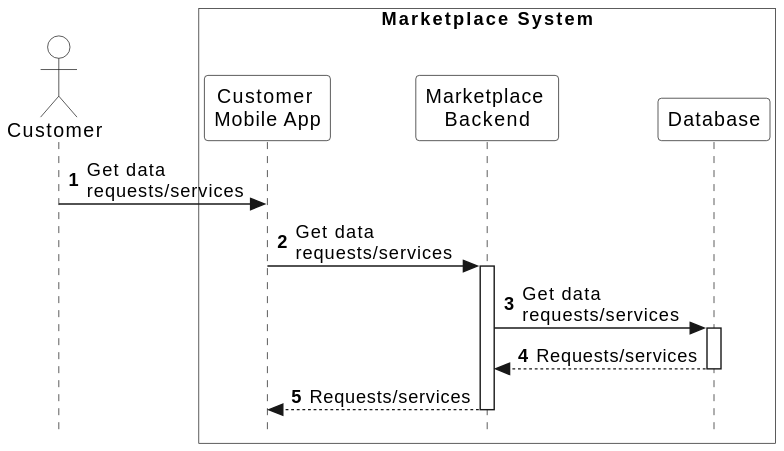
Before: arc42/marketplace/runtime-view/figures/marketplace-browse-requests.svg, a diagram exported from PlantUML (eddie-energy/architecture).
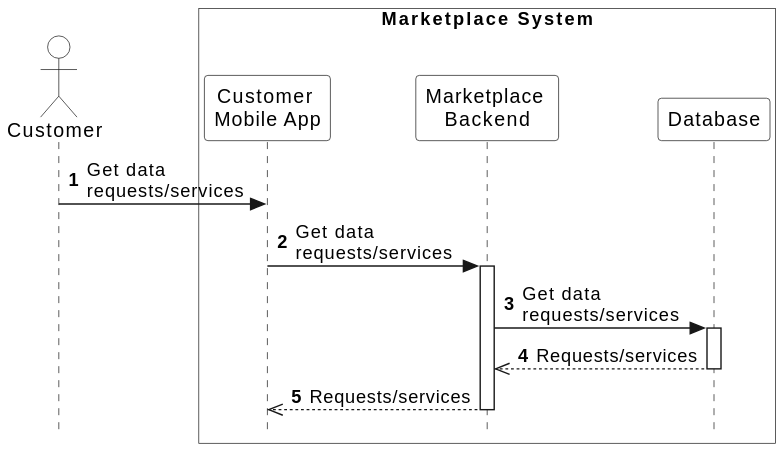
Later version of the same file.

Commit message:
update the sequence diagram notation in the marketplace

Diff of the diagram source:
```diff
@@ -20,8 +20,8 @@
 activate marketplace
 marketplace -> database : Get data \nrequests/services
 activate database
-database --> marketplace : Requests/services
+database -->> marketplace : Requests/services
 deactivate database
-marketplace --> app : Requests/services
+marketplace -->> app : Requests/services
 deactivate marketplace
 @enduml
```
